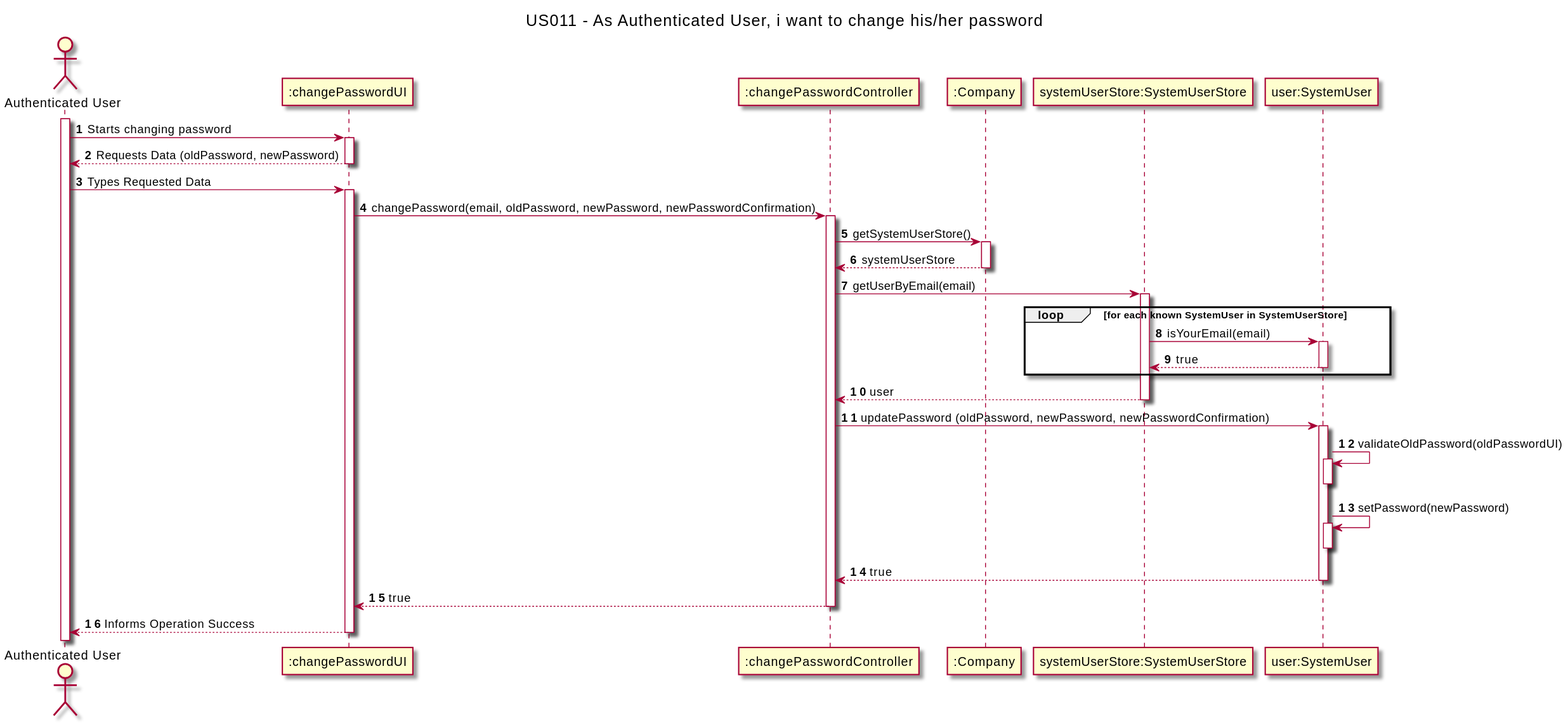
The PlantUML diagram docs/Sprint1/US011/US011-SD.svg in nunogon1211787/projectManagement, before a commit.
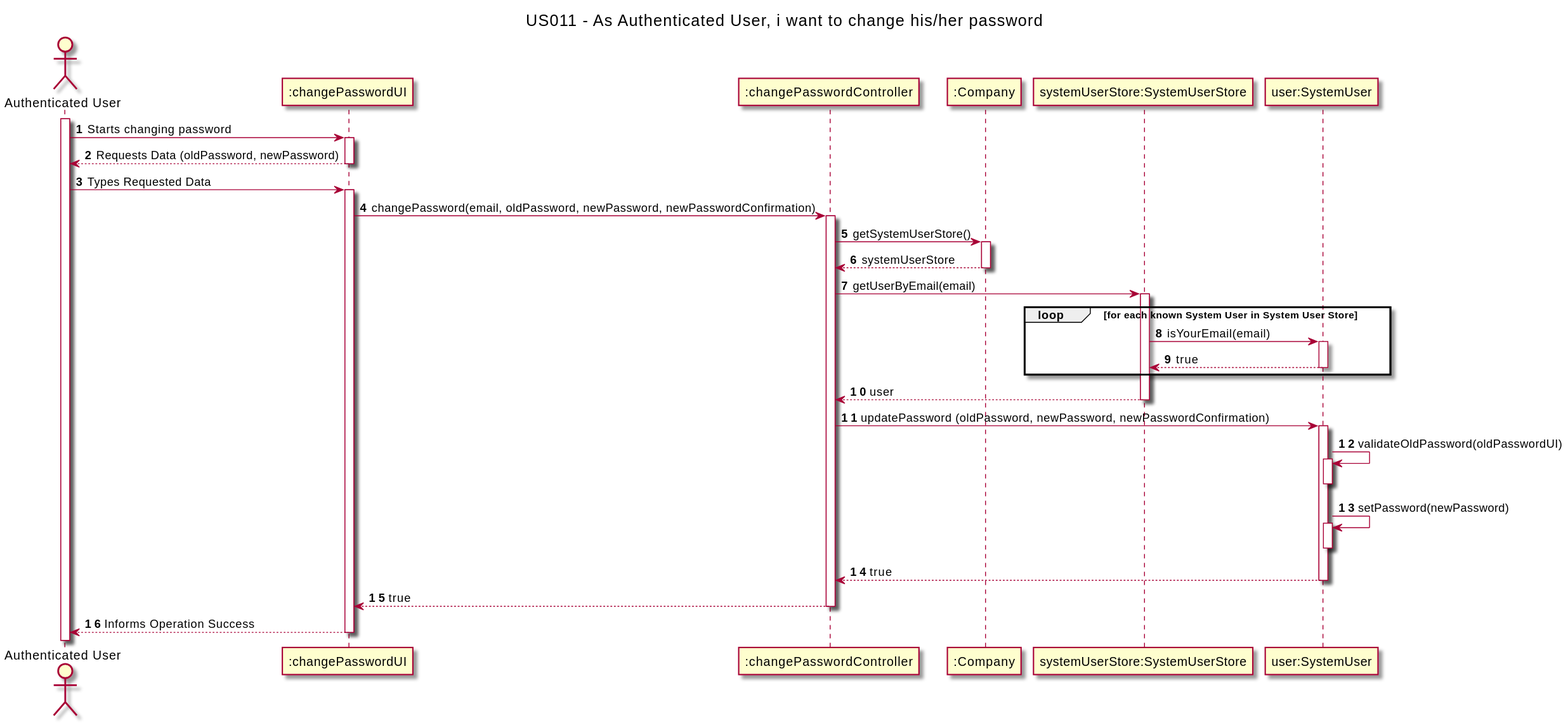
After the commit.

The edit, as a diff of the source:
```diff
@@ -21,7 +21,7 @@
 Ctrl -> company: getSystemUserStore()
 company --> Ctrl: systemUserStore
 Ctrl -> systemUserStore: getUserByEmail(email)
-loop for each known SystemUser in SystemUserStore
+loop for each known System User in System User Store
 systemUserStore -> user: isYourEmail(email)
 user --> systemUserStore: true
 end
@@ -34,4 +34,5 @@
 user --> Ctrl: true
 Ctrl --> UI: true
 UI --> authenticatedUser: Informs Operation Success
+
 @enduml
```
